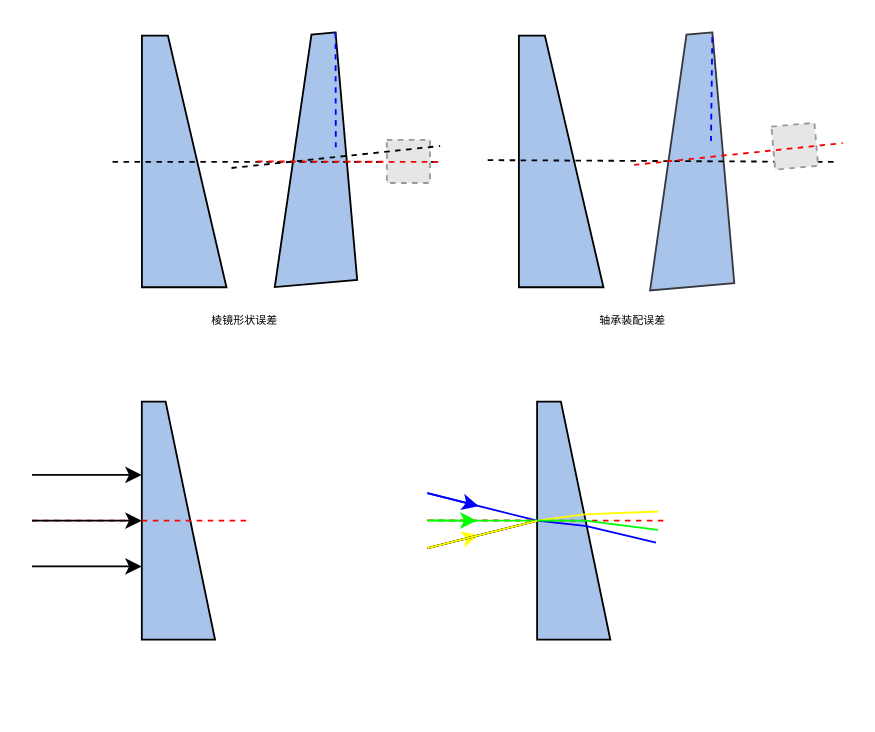
Earlier version of the draw.io diagram risley.drawio (Code-Newborn/diagrams). Source tidied: cells renumbered, new cells numbered last; positions are measured from the earlier drawing's top-left corner, leaving out a move shared by most shapes. Both pictures are drawn from the tidied source at 183%, with x=0, y=0 at pixel (31, 117). Pictures stored in the file or linked from it are replaced by grey dashed boxes.
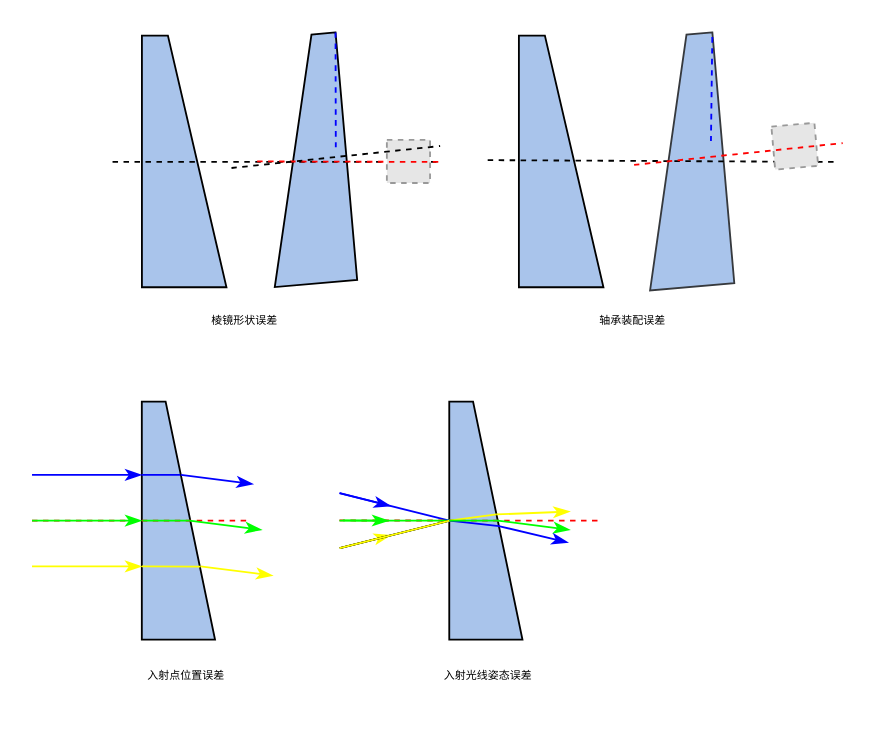
The same diagram, later.

Unchanged cells that the change refers to:
```xml
<mxCell id="17" style="shape=manualInput;whiteSpace=wrap;html=1;rotation=90;size=27;rounded=0;fillColor=#A9C4EB;" parent="1" vertex="1">
  <mxGeometry x="15" y="200" width="130" height="40" as="geometry" />
</mxCell>
```

Change to the diagram source:
```diff
@@
-    <mxCell id="19" style="endArrow=classic;html=1;rounded=0;fontFamily=微软雅黑;fontSize=6;fontColor=#000000;startSize=14;endSize=6;strokeColor=#000000;curved=1;entryX=0.5;entryY=1;entryDx=0;entryDy=0;" parent="1" edge="1" target="17">
+    <mxCell id="19" style="endArrow=classicThin;html=1;rounded=0;fontFamily=微软雅黑;fontSize=6;fontColor=#000000;startSize=14;endSize=6;strokeColor=#00FF00;curved=1;entryX=0.5;entryY=1;entryDx=0;entryDy=0;endFill=1;" parent="1" edge="1" target="17">
       <mxGeometry relative="1" as="geometry">
         <mxPoint y="220" as="sourcePoint" />
       </mxGeometry>
     </mxCell>
-    <mxCell id="20" style="endArrow=classic;html=1;rounded=0;fontFamily=微软雅黑;fontSize=6;fontColor=#000000;startSize=14;endSize=6;strokeColor=#000000;curved=1;entryX=0.5;entryY=1;entryDx=0;entryDy=0;" parent="1" edge="1">
+    <mxCell id="20" style="endArrow=classicThin;html=1;rounded=0;fontFamily=微软雅黑;fontSize=6;fontColor=#000000;startSize=14;endSize=6;strokeColor=#0000FF;curved=1;entryX=0.5;entryY=1;entryDx=0;entryDy=0;endFill=1;" parent="1" edge="1">
       <mxGeometry relative="1" as="geometry">
         <mxPoint y="195" as="sourcePoint" />
         <mxPoint x="60" y="195" as="targetPoint" />
       </mxGeometry>
     </mxCell>
-    <mxCell id="21" style="endArrow=classic;html=1;rounded=0;fontFamily=微软雅黑;fontSize=6;fontColor=#000000;startSize=14;endSize=6;strokeColor=#000000;curved=1;entryX=0.5;entryY=1;entryDx=0;entryDy=0;" parent="1" edge="1">
+    <mxCell id="21" style="endArrow=classicThin;html=1;rounded=0;fontFamily=微软雅黑;fontSize=6;fontColor=#000000;startSize=14;endSize=6;strokeColor=#FFFF00;curved=1;entryX=0.5;entryY=1;entryDx=0;entryDy=0;endFill=1;" parent="1" edge="1">
       <mxGeometry relative="1" as="geometry">
         <mxPoint y="245" as="sourcePoint" />
         <mxPoint x="60" y="245" as="targetPoint" />
       </mxGeometry>
     </mxCell>
     <mxCell id="22" style="shape=manualInput;whiteSpace=wrap;html=1;rotation=90;size=27;rounded=0;fillColor=#A9C4EB;" parent="1" vertex="1">
-      <mxGeometry x="231" y="200" width="130" height="40" as="geometry" />
+      <mxGeometry x="183" y="200" width="130" height="40" as="geometry" />
     </mxCell>
-    <mxCell id="23" style="endArrow=classic;html=1;rounded=0;fontFamily=微软雅黑;fontSize=6;fontColor=#000000;startSize=14;endSize=6;strokeColor=#0000FF;curved=1;" parent="1" edge="1">
+    <mxCell id="23" style="endArrow=classicThin;html=1;rounded=0;fontFamily=微软雅黑;fontSize=6;fontColor=#000000;startSize=14;endSize=6;strokeColor=#0000FF;curved=1;endFill=1;" parent="1" edge="1">
       <mxGeometry relative="1" as="geometry">
-        <mxPoint x="216.1" y="205" as="sourcePoint" />
-        <mxPoint x="244" y="212" as="targetPoint" />
+        <mxPoint x="168.1" y="205" as="sourcePoint" />
+        <mxPoint x="196" y="212" as="targetPoint" />
       </mxGeometry>
     </mxCell>
     <mxCell id="24" style="endArrow=none;html=1;rounded=0;fontFamily=微软雅黑;fontSize=6;fontColor=#000000;startSize=14;endSize=6;strokeColor=#0000FF;curved=1;exitX=0.5;exitY=1;exitDx=0;exitDy=0;" parent="1" edge="1" source="22">
       <mxGeometry relative="1" as="geometry">
-        <mxPoint x="216" y="205" as="targetPoint" />
+        <mxPoint x="168" y="205" as="targetPoint" />
       </mxGeometry>
     </mxCell>
-    <mxCell id="25" style="endArrow=classic;html=1;rounded=0;fontFamily=微软雅黑;fontSize=6;fontColor=#000000;startSize=14;endSize=6;strokeColor=#FFFF00;curved=1;" parent="1" edge="1">
+    <mxCell id="25" style="endArrow=classicThin;html=1;rounded=0;fontFamily=微软雅黑;fontSize=6;fontColor=#000000;startSize=14;endSize=6;strokeColor=#FFFF00;curved=1;endFill=1;" parent="1" edge="1">
       <mxGeometry relative="1" as="geometry">
-        <mxPoint x="216" y="235" as="sourcePoint" />
-        <mxPoint x="244" y="228" as="targetPoint" />
+        <mxPoint x="168" y="235" as="sourcePoint" />
+        <mxPoint x="196" y="228" as="targetPoint" />
       </mxGeometry>
     </mxCell>
     <mxCell id="26" style="endArrow=none;html=1;rounded=0;fontFamily=微软雅黑;fontSize=6;fontColor=#000000;startSize=14;endSize=6;strokeColor=#000000;curved=1;exitX=0.5;exitY=1;exitDx=0;exitDy=0;" parent="1" edge="1">
       <mxGeometry relative="1" as="geometry">
-        <mxPoint x="276.2" y="220" as="sourcePoint" />
-        <mxPoint x="216.2" y="235" as="targetPoint" />
+        <mxPoint x="228.2" y="220" as="sourcePoint" />
+        <mxPoint x="168.2" y="235" as="targetPoint" />
       </mxGeometry>
     </mxCell>
     <mxCell id="27" style="endArrow=none;dashed=1;html=1;rounded=0;strokeColor=#FF0000;" parent="1" edge="1">
       <mxGeometry relative="1" as="geometry">
-        <mxPoint x="216" y="219.9" as="sourcePoint" />
-        <mxPoint x="345" y="220" as="targetPoint" />
+        <mxPoint x="168" y="219.9" as="sourcePoint" />
+        <mxPoint x="311" y="220" as="targetPoint" />
       </mxGeometry>
     </mxCell>
     <mxCell id="28" style="endArrow=none;html=1;rounded=0;fontFamily=微软雅黑;fontSize=6;fontColor=#000000;startSize=14;endSize=6;strokeColor=#00FF00;curved=1;exitX=0.5;exitY=1;exitDx=0;exitDy=0;" parent="1" edge="1" source="22">
       <mxGeometry relative="1" as="geometry">
-        <mxPoint x="216" y="220" as="targetPoint" />
+        <mxPoint x="168" y="220" as="targetPoint" />
       </mxGeometry>
     </mxCell>
-    <mxCell id="29" style="endArrow=classic;html=1;rounded=0;fontFamily=微软雅黑;fontSize=6;fontColor=#000000;startSize=14;endSize=6;strokeColor=#00FF00;curved=1;" parent="1" edge="1">
+    <mxCell id="29" style="endArrow=classicThin;html=1;rounded=0;fontFamily=微软雅黑;fontSize=6;fontColor=#000000;startSize=14;endSize=6;strokeColor=#00FF00;curved=1;endFill=1;" parent="1" edge="1">
       <mxGeometry relative="1" as="geometry">
-        <mxPoint x="217.9" y="219.9" as="sourcePoint" />
-        <mxPoint x="243" y="220" as="targetPoint" />
+        <mxPoint x="169.9" y="219.9" as="sourcePoint" />
+        <mxPoint x="195" y="220" as="targetPoint" />
       </mxGeometry>
     </mxCell>
     <mxCell id="30" style="endArrow=none;html=1;rounded=0;fontFamily=微软雅黑;fontSize=6;fontColor=#000000;startSize=14;endSize=6;strokeColor=#000000;curved=1;exitX=0.5;exitY=1;exitDx=0;exitDy=0;" parent="1" edge="1">
       <mxGeometry relative="1" as="geometry">
-        <mxPoint x="276.2" y="220" as="sourcePoint" />
-        <mxPoint x="216.2" y="235" as="targetPoint" />
+        <mxPoint x="228.2" y="220" as="sourcePoint" />
+        <mxPoint x="168.2" y="235" as="targetPoint" />
       </mxGeometry>
     </mxCell>
     <mxCell id="31" style="endArrow=none;html=1;rounded=0;fontFamily=微软雅黑;fontSize=6;fontColor=#000000;startSize=14;endSize=6;strokeColor=#FFFF00;curved=1;exitX=0.5;exitY=1;exitDx=0;exitDy=0;" parent="1" edge="1">
       <mxGeometry relative="1" as="geometry">
-        <mxPoint x="276.2" y="220" as="sourcePoint" />
-        <mxPoint x="216.2" y="235" as="targetPoint" />
+        <mxPoint x="228.2" y="220" as="sourcePoint" />
+        <mxPoint x="168.2" y="235" as="targetPoint" />
       </mxGeometry>
     </mxCell>
@@
     <mxCell id="34" style="endArrow=none;html=1;rounded=0;fontFamily=微软雅黑;fontSize=6;fontColor=#000000;startSize=14;endSize=6;strokeColor=#00FF00;curved=1;" parent="1" edge="1">
       <mxGeometry relative="1" as="geometry">
-        <mxPoint x="276" y="220" as="sourcePoint" />
-        <mxPoint x="303" y="220" as="targetPoint" />
+        <mxPoint x="228" y="220" as="sourcePoint" />
+        <mxPoint x="255" y="220" as="targetPoint" />
       </mxGeometry>
     </mxCell>
-    <mxCell id="35" style="endArrow=none;html=1;rounded=0;fontFamily=微软雅黑;fontSize=6;fontColor=#000000;startSize=14;endSize=6;strokeColor=#FFFF00;curved=1;exitX=0.474;exitY=0.356;exitDx=0;exitDy=0;exitPerimeter=0;" parent="1" edge="1" source="22">
+    <mxCell id="35" style="endArrow=classicThin;html=1;rounded=0;fontFamily=微软雅黑;fontSize=6;fontColor=#000000;startSize=6;endSize=6;strokeColor=#FFFF00;curved=1;exitX=0.474;exitY=0.356;exitDx=0;exitDy=0;exitPerimeter=0;endFill=1;" parent="1" edge="1" source="22">
       <mxGeometry relative="1" as="geometry">
-        <mxPoint x="342" y="215" as="targetPoint" />
+        <mxPoint x="294" y="215" as="targetPoint" />
       </mxGeometry>
     </mxCell>
-    <mxCell id="36" style="endArrow=none;html=1;rounded=0;fontFamily=微软雅黑;fontSize=6;fontColor=#000000;startSize=14;endSize=6;strokeColor=#00FF00;curved=1;exitX=0.5;exitY=0.339;exitDx=0;exitDy=0;exitPerimeter=0;" parent="1" edge="1" source="22">
+    <mxCell id="36" style="endArrow=classicThin;html=1;rounded=0;fontFamily=微软雅黑;fontSize=6;fontColor=#000000;startSize=6;endSize=6;strokeColor=#00FF00;curved=1;exitX=0.5;exitY=0.339;exitDx=0;exitDy=0;exitPerimeter=0;endFill=1;" parent="1" edge="1" source="22">
       <mxGeometry relative="1" as="geometry">
-        <mxPoint x="342" y="225" as="targetPoint" />
+        <mxPoint x="294" y="225" as="targetPoint" />
       </mxGeometry>
     </mxCell>
-    <mxCell id="37" style="endArrow=none;html=1;rounded=0;fontFamily=微软雅黑;fontSize=6;fontColor=#000000;startSize=14;endSize=6;strokeColor=#0000FF;curved=1;entryX=0.523;entryY=0.324;entryDx=0;entryDy=0;entryPerimeter=0;" parent="1" edge="1" target="22">
+    <mxCell id="37" style="endArrow=none;html=1;rounded=0;fontFamily=微软雅黑;fontSize=6;fontColor=#000000;startSize=6;endSize=6;strokeColor=#0000FF;curved=1;entryX=0.523;entryY=0.324;entryDx=0;entryDy=0;entryPerimeter=0;startArrow=classicThin;startFill=1;" parent="1" edge="1" target="22">
       <mxGeometry relative="1" as="geometry">
-        <mxPoint x="341" y="232" as="sourcePoint" />
+        <mxPoint x="293" y="232" as="sourcePoint" />
       </mxGeometry>
     </mxCell>
+    <mxCell id="38" style="endArrow=none;html=1;startSize=6;strokeColor=#0000FF;rounded=0;" parent="1" edge="1">
+      <mxGeometry relative="1" as="geometry">
+        <mxPoint x="60" y="195" as="sourcePoint" />
+        <mxPoint x="81" y="195" as="targetPoint" />
+      </mxGeometry>
+    </mxCell>
+    <mxCell id="39" style="endArrow=none;html=1;startSize=6;strokeColor=#00FF00;rounded=0;" parent="1" edge="1">
+      <mxGeometry relative="1" as="geometry">
+        <mxPoint x="60.4" y="220" as="sourcePoint" />
+        <mxPoint x="86" y="220" as="targetPoint" />
+      </mxGeometry>
+    </mxCell>
+    <mxCell id="40" style="endArrow=none;html=1;startSize=6;strokeColor=#FFFF00;rounded=0;entryX=0.693;entryY=0.205;entryDx=0;entryDy=0;entryPerimeter=0;" parent="1" edge="1" target="17">
+      <mxGeometry relative="1" as="geometry">
+        <mxPoint x="60" y="245" as="sourcePoint" />
+      </mxGeometry>
+    </mxCell>
+    <mxCell id="41" style="endArrow=classicThin;html=1;rounded=0;fontFamily=微软雅黑;fontSize=6;fontColor=#000000;startSize=6;endSize=6;strokeColor=#0000FF;curved=1;exitX=0.5;exitY=0.339;exitDx=0;exitDy=0;exitPerimeter=0;endFill=1;" parent="1" edge="1">
+      <mxGeometry relative="1" as="geometry">
+        <mxPoint x="81.4" y="195" as="sourcePoint" />
+        <mxPoint x="120.9" y="200" as="targetPoint" />
+      </mxGeometry>
+    </mxCell>
+    <mxCell id="42" style="endArrow=classicThin;html=1;rounded=0;fontFamily=微软雅黑;fontSize=6;fontColor=#000000;startSize=6;endSize=6;strokeColor=#00FF00;curved=1;exitX=0.5;exitY=0.339;exitDx=0;exitDy=0;exitPerimeter=0;endFill=1;" parent="1" edge="1">
+      <mxGeometry relative="1" as="geometry">
+        <mxPoint x="86" y="220" as="sourcePoint" />
+        <mxPoint x="125.6" y="225" as="targetPoint" />
+      </mxGeometry>
+    </mxCell>
+    <mxCell id="43" style="endArrow=classicThin;html=1;rounded=0;fontFamily=微软雅黑;fontSize=6;fontColor=#000000;startSize=6;endSize=6;strokeColor=#FFFF00;curved=1;exitX=0.5;exitY=0.339;exitDx=0;exitDy=0;exitPerimeter=0;endFill=1;" parent="1" edge="1">
+      <mxGeometry relative="1" as="geometry">
+        <mxPoint x="92" y="245" as="sourcePoint" />
+        <mxPoint x="131.6" y="250" as="targetPoint" />
+      </mxGeometry>
+    </mxCell>
+    <mxCell id="44" value="入射点位置误差" style="text;html=1;align=center;verticalAlign=middle;fillColor=none;strokeColor=none;rounded=0;fontSize=6;fontColor=#000000;fontFamily=微软雅黑;" parent="1" vertex="1">
+      <mxGeometry x="32.1" y="291" width="103" height="27" as="geometry" />
+    </mxCell>
+    <mxCell id="45" value="入射光线姿态误差" style="text;html=1;align=center;verticalAlign=middle;fillColor=none;strokeColor=none;rounded=0;fontSize=6;fontColor=#000000;fontFamily=微软雅黑;" parent="1" vertex="1">
+      <mxGeometry x="191" y="291" width="115" height="27" as="geometry" />
+    </mxCell>
```
